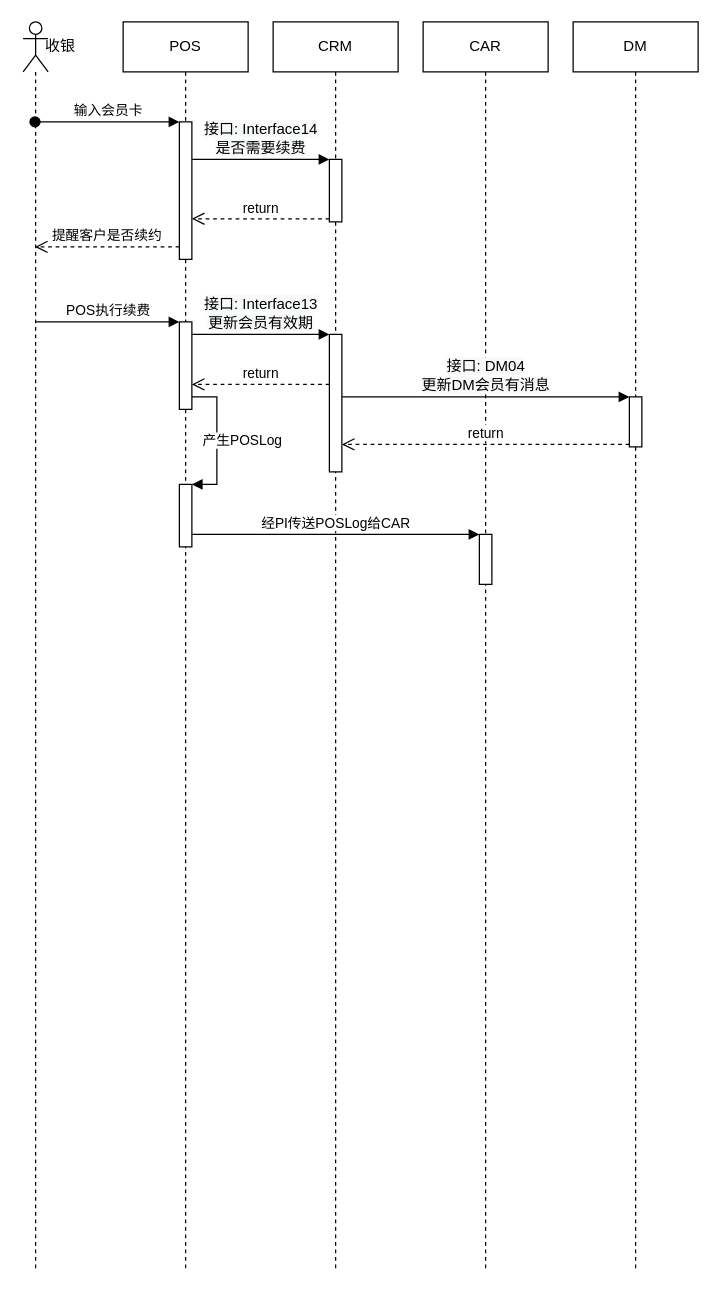
luss613/draw.io keeps this draw.io diagram as page "POS手动续费" (4 of 11) of DM系统对接.drawio. Above is the earlier version. Source tidied: cells renumbered, new cells numbered last; positions are measured from the earlier drawing's top-left corner, leaving out a move shared by most shapes. Both pictures are drawn from the tidied source at 125%, with x=0, y=0 at pixel (22, 21).
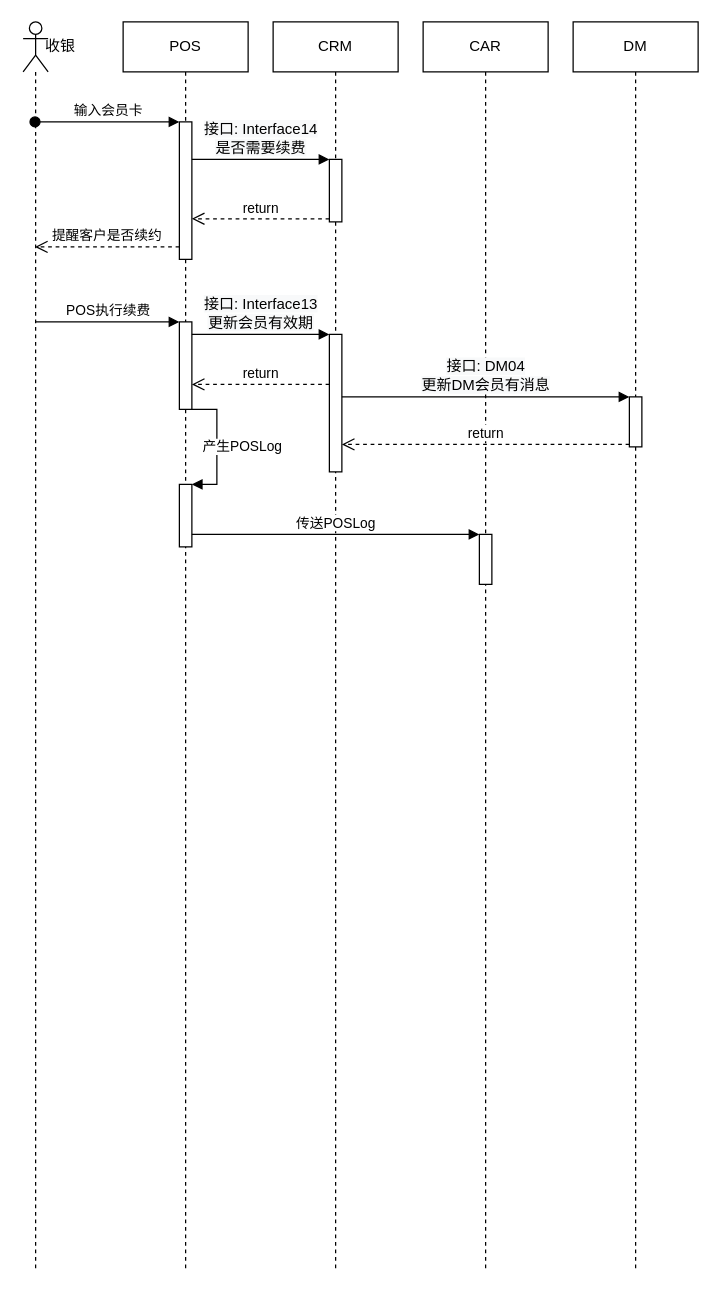
The same diagram, later.

Unchanged cells that the change refers to:
```xml
<mxCell id="3" value="POS" style="shape=umlLifeline;perimeter=lifelinePerimeter;whiteSpace=wrap;html=1;" parent="1" vertex="1">
  <mxGeometry x="80" width="100" height="1000" as="geometry" />
</mxCell>
<mxCell id="5" style="html=1;points=[];perimeter=orthogonalPerimeter;" parent="3" vertex="1">
  <mxGeometry x="45" y="240" width="10" height="70" as="geometry" />
</mxCell>
<mxCell id="6" style="html=1;points=[];perimeter=orthogonalPerimeter;" parent="3" vertex="1">
  <mxGeometry x="45" y="370" width="10" height="50" as="geometry" />
</mxCell>
<mxCell id="12" style="html=1;points=[];perimeter=orthogonalPerimeter;" parent="11" vertex="1">
  <mxGeometry x="45" y="410" width="10" height="40" as="geometry" />
</mxCell>
```

What changed in the source:
```diff
@@
     <mxCell id="7" value="产生POSLog" style="edgeStyle=orthogonalEdgeStyle;html=1;align=left;spacingLeft=2;endArrow=block;rounded=0;entryX=1;entryY=0;" parent="3" edge="1" source="5" target="6">
       <mxGeometry y="-15" relative="1" as="geometry">
         <Array as="points">
-          <mxPoint x="75" y="300" />
+          <mxPoint x="75" y="310" />
           <mxPoint x="75" y="370" />
         </Array>
       </mxGeometry>
     </mxCell>
@@
-    <mxCell id="21" value="经PI传送POSLog给CAR" style="html=1;verticalAlign=bottom;endArrow=block;" parent="1" edge="1" source="6" target="12">
+    <mxCell id="21" value="传送POSLog" style="html=1;verticalAlign=bottom;endArrow=block;" parent="1" edge="1" source="6" target="12">
       <mxGeometry relative="1" as="geometry" />
     </mxCell>
```
